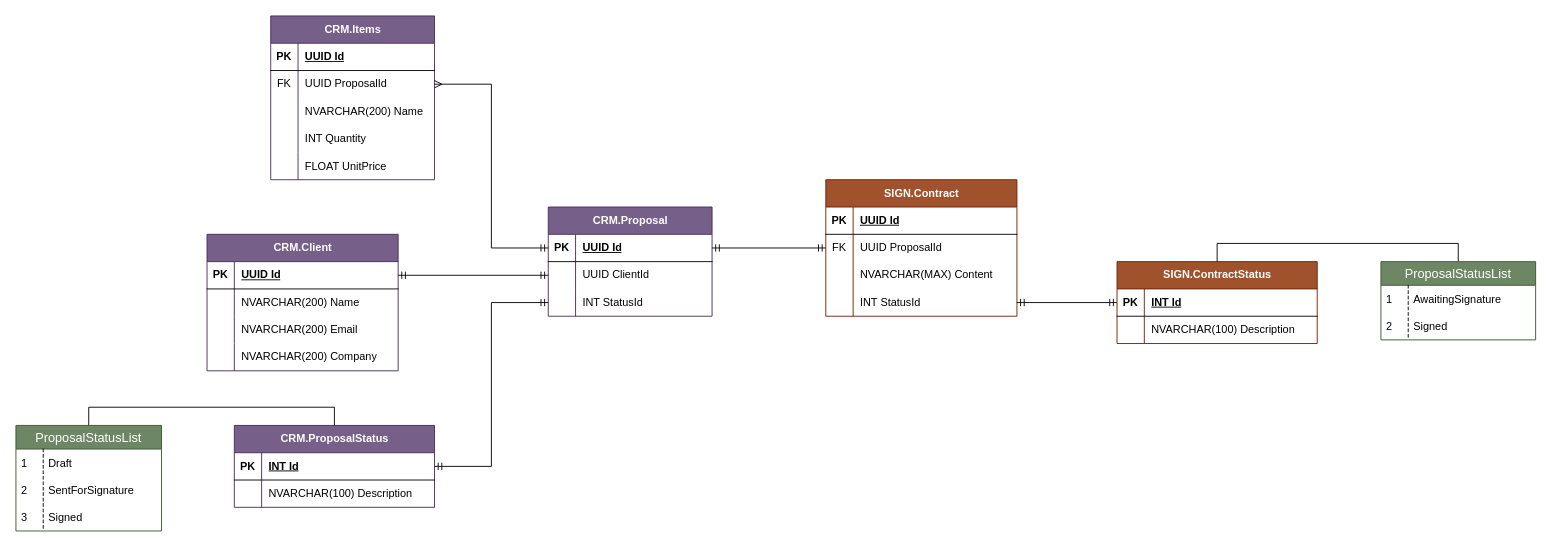
ricodealma/dotnet-crm keeps this draw.io diagram as page "DER" (1 of 2) of CRM&Sign Project.drawio. Above is the earlier version. Source tidied: cells renumbered, new cells numbered last; positions are measured from the earlier drawing's top-left corner, leaving out a move shared by most shapes. Both pictures are drawn from the tidied source at 91%, with x=0, y=0 at pixel (15, 15).
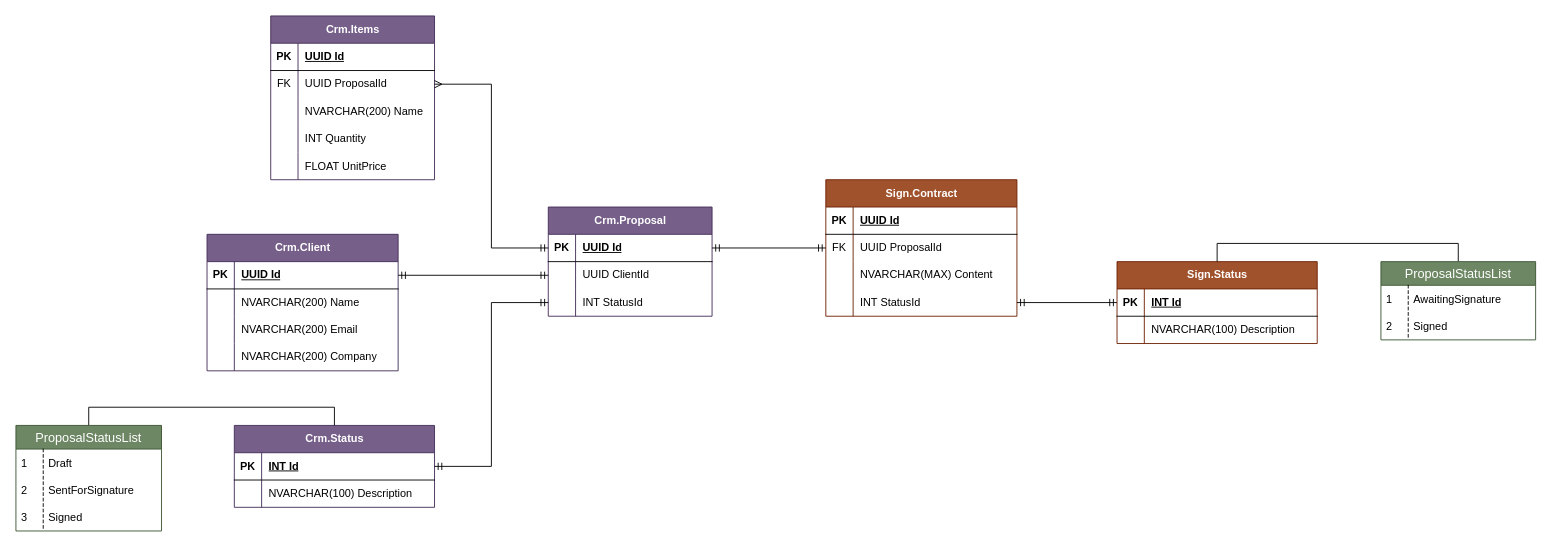
After the change.

What changed in the source:
```diff
@@
-    <mxCell id="2" value="CRM.Proposal" style="shape=table;startSize=30;childLayout=tableLayout;rowLines=0;fontStyle=1;align=center;html=1;fillColor=#76608a;fontColor=#ffffff;strokeColor=#432D57;" parent="1" vertex="1">
+    <mxCell id="2" value="Crm.Proposal" style="shape=table;startSize=30;childLayout=tableLayout;rowLines=0;fontStyle=1;align=center;html=1;fillColor=#76608a;fontColor=#ffffff;strokeColor=#432D57;" parent="1" vertex="1">
       <mxGeometry x="585" y="210" width="180" height="120" as="geometry" />
     </mxCell>
@@
-    <mxCell id="12" value="CRM.Client" style="shape=table;startSize=30;childLayout=tableLayout;rowLines=0;fontStyle=1;align=center;html=1;fillColor=#76608a;fontColor=#ffffff;strokeColor=#432D57;" parent="1" vertex="1">
+    <mxCell id="12" value="Crm.Client" style="shape=table;startSize=30;childLayout=tableLayout;rowLines=0;fontStyle=1;align=center;html=1;fillColor=#76608a;fontColor=#ffffff;strokeColor=#432D57;" parent="1" vertex="1">
       <mxGeometry x="210" y="240" width="210" height="150" as="geometry" />
     </mxCell>
@@
-    <mxCell id="26" value="CRM.ProposalStatus" style="shape=table;startSize=30;childLayout=tableLayout;rowLines=0;fontStyle=1;align=center;html=1;fillColor=#76608a;fontColor=#ffffff;strokeColor=#432D57;" parent="1" vertex="1">
+    <mxCell id="26" value="Crm.Status" style="shape=table;startSize=30;childLayout=tableLayout;rowLines=0;fontStyle=1;align=center;html=1;fillColor=#76608a;fontColor=#ffffff;strokeColor=#432D57;" parent="1" vertex="1">
       <mxGeometry x="240" y="450" width="220" height="90" as="geometry" />
     </mxCell>
@@
-    <mxCell id="34" value="CRM.Items" style="shape=table;startSize=30;childLayout=tableLayout;rowLines=0;fontStyle=1;align=center;html=1;fillColor=#76608a;fontColor=#ffffff;strokeColor=#432D57;" parent="1" vertex="1">
+    <mxCell id="34" value="Crm.Items" style="shape=table;startSize=30;childLayout=tableLayout;rowLines=0;fontStyle=1;align=center;html=1;fillColor=#76608a;fontColor=#ffffff;strokeColor=#432D57;" parent="1" vertex="1">
       <mxGeometry x="280" width="180" height="180" as="geometry" />
     </mxCell>
@@
-    <mxCell id="59" value="SIGN.Contract" style="shape=table;startSize=30;childLayout=tableLayout;rowLines=0;fontStyle=1;align=center;html=1;fillColor=#a0522d;fontColor=#ffffff;strokeColor=#6D1F00;" parent="1" vertex="1">
+    <mxCell id="59" value="Sign.Contract" style="shape=table;startSize=30;childLayout=tableLayout;rowLines=0;fontStyle=1;align=center;html=1;fillColor=#a0522d;fontColor=#ffffff;strokeColor=#6D1F00;" parent="1" vertex="1">
       <mxGeometry x="890" y="180" width="210" height="150" as="geometry" />
     </mxCell>
@@
-    <mxCell id="74" value="SIGN.ContractStatus" style="shape=table;startSize=30;childLayout=tableLayout;rowLines=0;fontStyle=1;align=center;html=1;fillColor=#a0522d;fontColor=#ffffff;strokeColor=#6D1F00;" parent="1" vertex="1">
+    <mxCell id="74" value="Sign.Status" style="shape=table;startSize=30;childLayout=tableLayout;rowLines=0;fontStyle=1;align=center;html=1;fillColor=#a0522d;fontColor=#ffffff;strokeColor=#6D1F00;" parent="1" vertex="1">
       <mxGeometry x="1210" y="270" width="220" height="90" as="geometry" />
     </mxCell>
```
